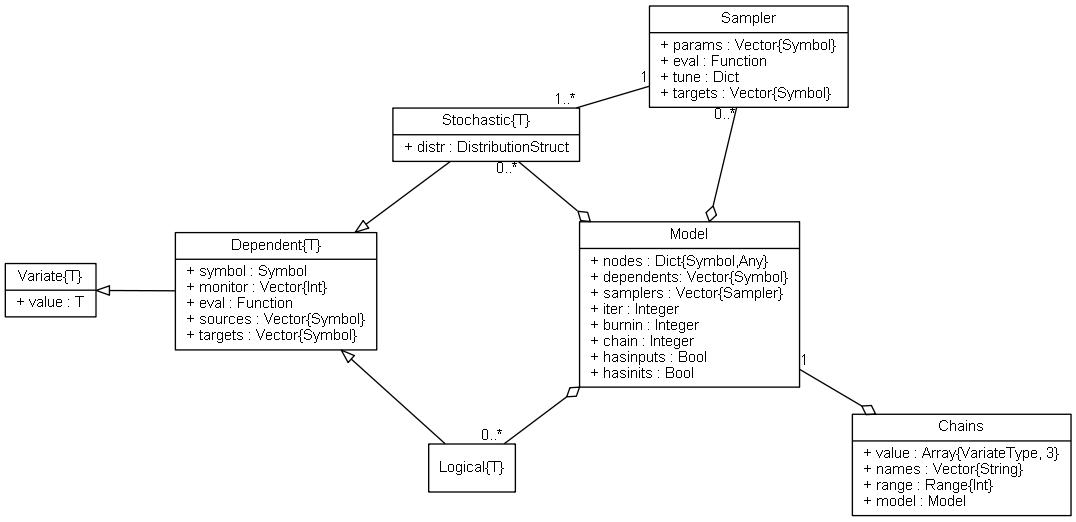
Before: doc/images/mcmcUML.png, a diagram exported from Graphviz (brian-j-smith/Mamba.jl). Its source is kept beside it as doc/images/mcmcUML.dot.
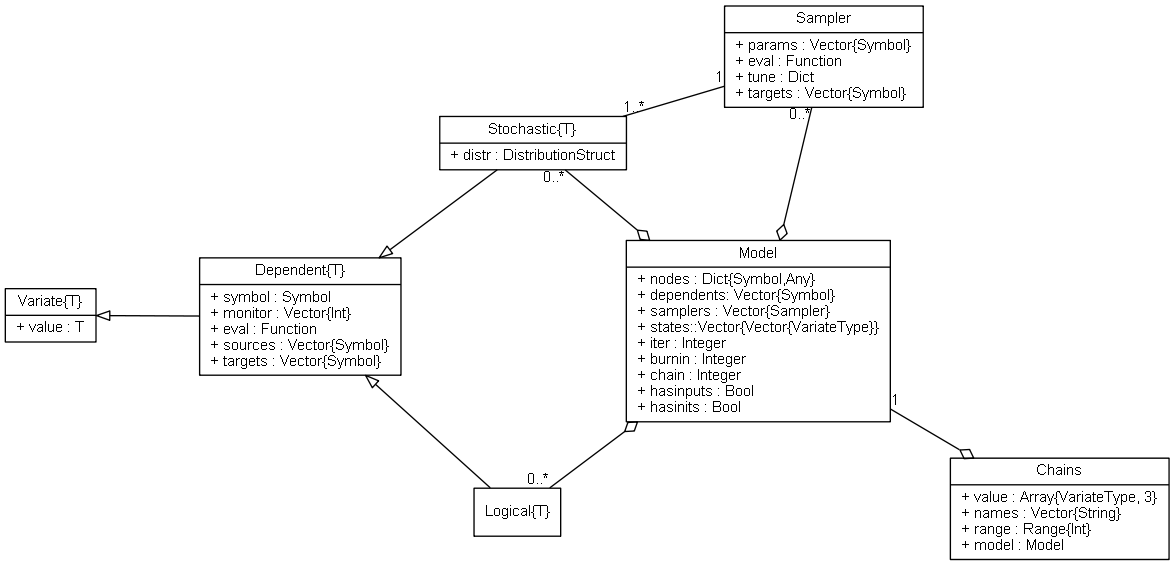
The same file after the commit.

The edit, as a diff of the source:
```diff
@@ -18,7 +18,7 @@
 
 	Sampler [label = "{Sampler|+ params : Vector\{Symbol\}\l+ eval : Function\l+ tune : Dict\l+ targets : Vector\{Symbol\}\l}"]
 
-	Model [label = "{Model|+ nodes : Dict\{Symbol,Any\}\l+ dependents: Vector\{Symbol\}\l+ samplers : Vector\{Sampler\}\l+ iter : Integer\l+ burnin : Integer\l+ chain : Integer\l+ hasinputs : Bool\l+ hasinits : Bool\l}"]
+	Model [label = "{Model|+ nodes : Dict\{Symbol,Any\}\l+ dependents: Vector\{Symbol\}\l+ samplers : Vector\{Sampler\}\l+ states::Vector\{Vector\{VariateType\}\}\l+ iter : Integer\l+ burnin : Integer\l+ chain : Integer\l+ hasinputs : Bool\l+ hasinits : Bool\l}"]
 
 	Chains [label = "{Chains|+ value : Array\{VariateType, 3\}\l+ names : Vector\{String\}\l+ range : Range\{Int\}\l+ model : Model\l}"]
 
```
